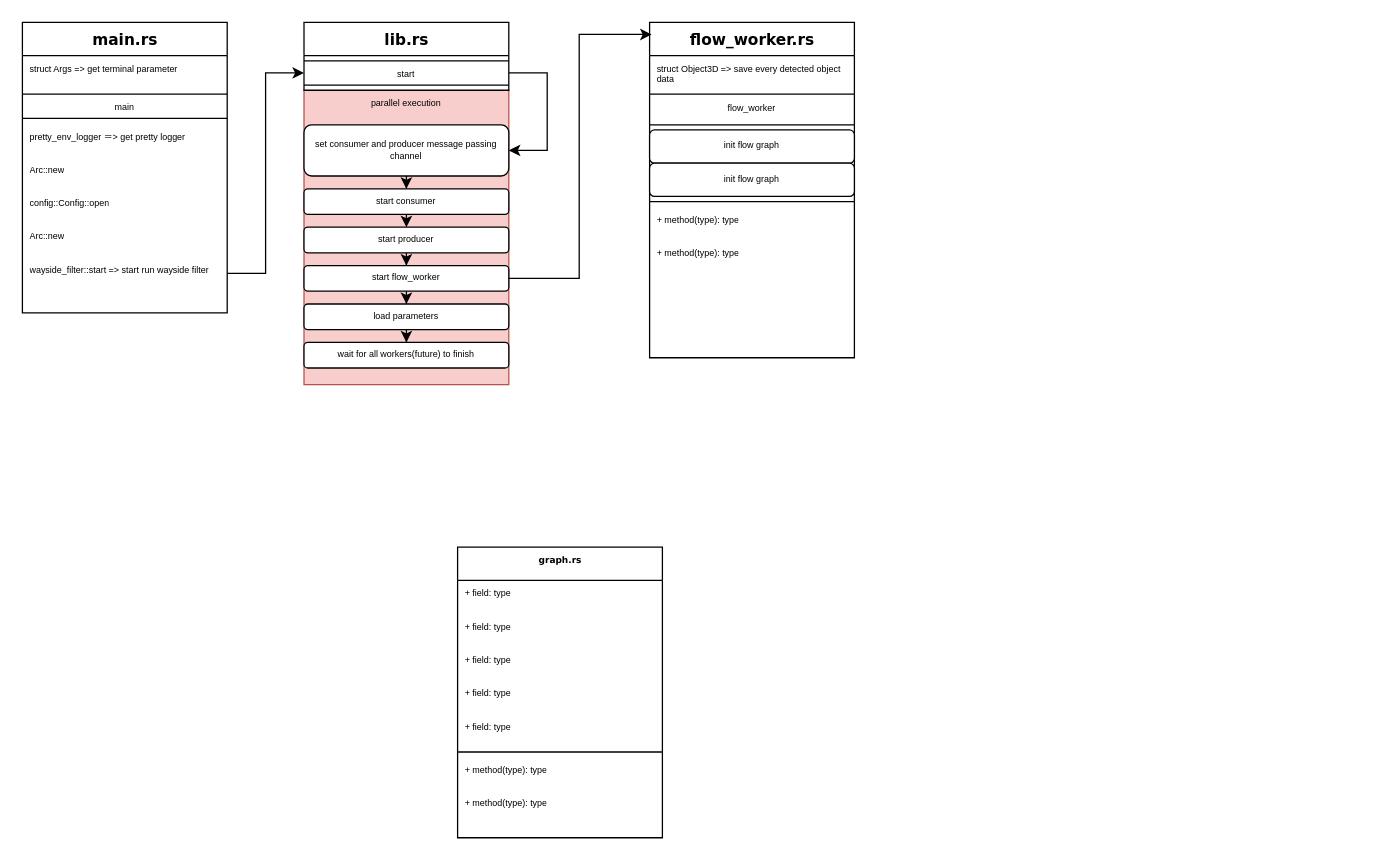
The draw.io diagram wayside-filter.drawio in YueChuCheng/Wayside_draw, before the edit. Source tidied: cells renumbered, new cells numbered last; positions are measured from the earlier drawing's top-left corner, leaving out a move shared by most shapes. Both pictures are drawn from the tidied source at 128%, with x=0, y=0 at pixel (22, 22).
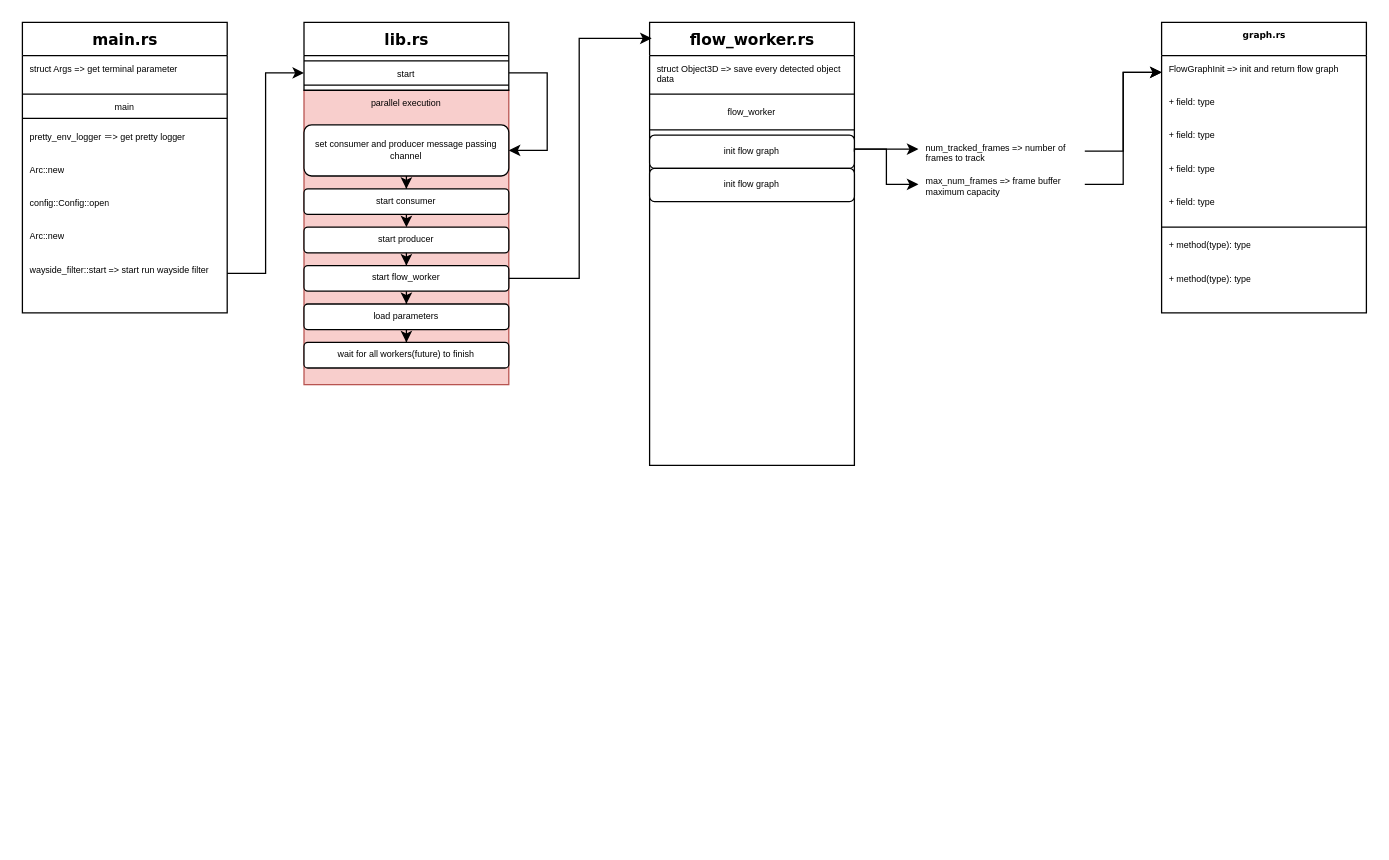
After the change.

The edit, as a diff of the source:
```diff
@@
     <mxCell id="18" value="graph.rs&lt;br style=&quot;font-size: 7px;&quot;&gt;" style="swimlane;html=1;fontStyle=1;align=center;verticalAlign=top;horizontal=1;startSize=26;swimlaneFillColor=#ffffff;rounded=0;shadow=0;comic=0;labelBackgroundColor=none;strokeWidth=1;fillColor=none;fontFamily=Verdana;fontSize=7;" parent="1" vertex="1">
-      <mxGeometry x="340" y="410" width="160" height="227" as="geometry" />
+      <mxGeometry x="890" width="160" height="227" as="geometry" />
     </mxCell>
-    <mxCell id="19" value="+ field: type" style="text;html=1;strokeColor=none;fillColor=none;align=left;verticalAlign=top;spacingLeft=4;spacingRight=4;whiteSpace=wrap;overflow=hidden;points=[[0,0.5],[1,0.5]];portConstraint=eastwest;fontSize=7;" parent="18" vertex="1">
+    <mxCell id="19" value="FlowGraphInit =&amp;gt; init and return flow graph" style="text;html=1;strokeColor=none;fillColor=none;align=left;verticalAlign=top;spacingLeft=4;spacingRight=4;whiteSpace=wrap;overflow=hidden;points=[[0,0.5],[1,0.5]];portConstraint=eastwest;fontSize=7;" parent="18" vertex="1">
       <mxGeometry y="26" width="160" height="26" as="geometry" />
     </mxCell>
@@
     <mxCell id="27" value="&lt;font style=&quot;font-size: 12px&quot;&gt;flow_worker.rs&lt;/font&gt;" style="swimlane;html=1;fontStyle=1;align=center;verticalAlign=top;horizontal=1;startSize=26;swimlaneFillColor=#ffffff;rounded=0;shadow=0;comic=0;labelBackgroundColor=none;strokeWidth=1;fillColor=none;fontFamily=Verdana;fontSize=7;" parent="1" vertex="1">
-      <mxGeometry x="490" width="160" height="262" as="geometry" />
+      <mxGeometry x="490" width="160" height="346" as="geometry" />
     </mxCell>
@@
-    <mxCell id="30" value="flow_worker" style="text;html=1;strokeColor=none;fillColor=none;align=center;verticalAlign=middle;spacingLeft=4;spacingRight=4;whiteSpace=wrap;overflow=hidden;fontSize=7;" parent="27" vertex="1">
-      <mxGeometry y="60" width="160" height="16" as="geometry" />
+    <mxCell id="30" value="&lt;span style=&quot;font-family: &amp;#34;helvetica&amp;#34;&quot;&gt;flow_worker&lt;/span&gt;" style="text;html=1;strokeColor=none;fillColor=none;align=center;verticalAlign=top;spacingLeft=4;spacingRight=4;whiteSpace=wrap;overflow=hidden;fontSize=7;" parent="27" vertex="1">
+      <mxGeometry y="60" width="160" height="20" as="geometry" />
     </mxCell>
-    <mxCell id="31" style="line;html=1;strokeWidth=1;fillColor=none;align=left;verticalAlign=middle;spacingTop=-1;spacingLeft=3;spacingRight=3;labelPosition=right;fontSize=7;" parent="27" vertex="1">
-      <mxGeometry y="76" width="160" height="8" as="geometry" />
-    </mxCell>
+    <mxCell id="50" style="line;html=1;strokeWidth=1;fillColor=none;align=left;verticalAlign=middle;spacingTop=-1;spacingLeft=3;spacingRight=3;labelPosition=right;fontSize=7;" parent="27" vertex="1">
+      <mxGeometry y="80" width="160" height="8" as="geometry" />
+    </mxCell>
+    <mxCell id="33" value="init flow graph" style="rounded=1;whiteSpace=wrap;html=1;shadow=0;fontSize=7;align=center;verticalAlign=middle;" parent="27" vertex="1">
+      <mxGeometry y="88" width="160" height="26" as="geometry" />
+    </mxCell>
     <mxCell id="32" value="init flow graph" style="rounded=1;whiteSpace=wrap;html=1;shadow=0;fontSize=7;align=center;verticalAlign=middle;" parent="27" vertex="1">
-      <mxGeometry y="84" width="160" height="26" as="geometry" />
+      <mxGeometry y="114" width="160" height="26" as="geometry" />
     </mxCell>
-    <mxCell id="33" value="init flow graph" style="rounded=1;whiteSpace=wrap;html=1;shadow=0;fontSize=7;align=center;verticalAlign=middle;" parent="27" vertex="1">
-      <mxGeometry y="110" width="160" height="26" as="geometry" />
-    </mxCell>
-    <mxCell id="34" style="line;html=1;strokeWidth=1;fillColor=none;align=left;verticalAlign=middle;spacingTop=-1;spacingLeft=3;spacingRight=3;labelPosition=right;fontSize=7;" parent="27" vertex="1">
-      <mxGeometry y="136" width="160" height="8" as="geometry" />
-    </mxCell>
-    <mxCell id="35" value="+ method(type): type" style="text;html=1;strokeColor=none;fillColor=none;align=left;verticalAlign=top;spacingLeft=4;spacingRight=4;whiteSpace=wrap;overflow=hidden;fontSize=7;" parent="27" vertex="1">
-      <mxGeometry y="144" width="160" height="26" as="geometry" />
-    </mxCell>
-    <mxCell id="36" value="+ method(type): type" style="text;html=1;strokeColor=none;fillColor=none;align=left;verticalAlign=top;spacingLeft=4;spacingRight=4;whiteSpace=wrap;overflow=hidden;fontSize=7;" parent="27" vertex="1">
-      <mxGeometry y="170" width="160" height="26" as="geometry" />
-    </mxCell>
@@
+    <mxCell id="51" style="edgeStyle=orthogonalEdgeStyle;rounded=0;orthogonalLoop=1;jettySize=auto;html=1;" parent="1" edge="1">
+      <mxGeometry relative="1" as="geometry">
+        <mxPoint x="650" y="99" as="sourcePoint" />
+        <mxPoint x="700" y="99" as="targetPoint" />
+      </mxGeometry>
+    </mxCell>
+    <mxCell id="52" style="edgeStyle=orthogonalEdgeStyle;rounded=0;jettySize=auto;html=1;" parent="1" edge="1" source="53" target="19">
+      <mxGeometry relative="1" as="geometry" />
+    </mxCell>
+    <mxCell id="53" value="&lt;font face=&quot;helvetica&quot;&gt;num_tracked_frames =&amp;gt; number of frames to track&amp;nbsp;&lt;/font&gt;" style="text;html=1;strokeColor=none;fillColor=none;align=left;verticalAlign=top;spacingLeft=4;spacingRight=4;whiteSpace=wrap;overflow=hidden;points=[[0,0.5],[1,0.5]];portConstraint=eastwest;fontSize=7;" parent="1" vertex="1">
+      <mxGeometry x="700" y="87.5" width="130" height="26" as="geometry" />
+    </mxCell>
+    <mxCell id="54" style="edgeStyle=orthogonalEdgeStyle;rounded=0;jettySize=auto;html=1;entryX=0;entryY=0.5;entryDx=0;entryDy=0;exitX=1;exitY=0.5;exitDx=0;exitDy=0;" parent="1" edge="1" source="33" target="56">
+      <mxGeometry relative="1" as="geometry">
+        <Array as="points">
+          <mxPoint x="650" y="99" />
+          <mxPoint x="675" y="99" />
+          <mxPoint x="675" y="126" />
+        </Array>
+      </mxGeometry>
+    </mxCell>
+    <mxCell id="55" style="edgeStyle=orthogonalEdgeStyle;rounded=0;jettySize=auto;html=1;entryX=0;entryY=0.5;entryDx=0;entryDy=0;" parent="1" edge="1" source="56" target="19">
+      <mxGeometry relative="1" as="geometry" />
+    </mxCell>
+    <mxCell id="56" value="&lt;font face=&quot;helvetica&quot;&gt;max_num_frames =&amp;gt; frame buffer maximum capacity&lt;/font&gt;" style="text;html=1;strokeColor=none;fillColor=none;align=left;verticalAlign=top;spacingLeft=4;spacingRight=4;whiteSpace=wrap;overflow=hidden;points=[[0,0.5],[1,0.5]];portConstraint=eastwest;fontSize=7;" parent="1" vertex="1">
+      <mxGeometry x="700" y="113.5" width="130" height="26" as="geometry" />
+    </mxCell>
```
